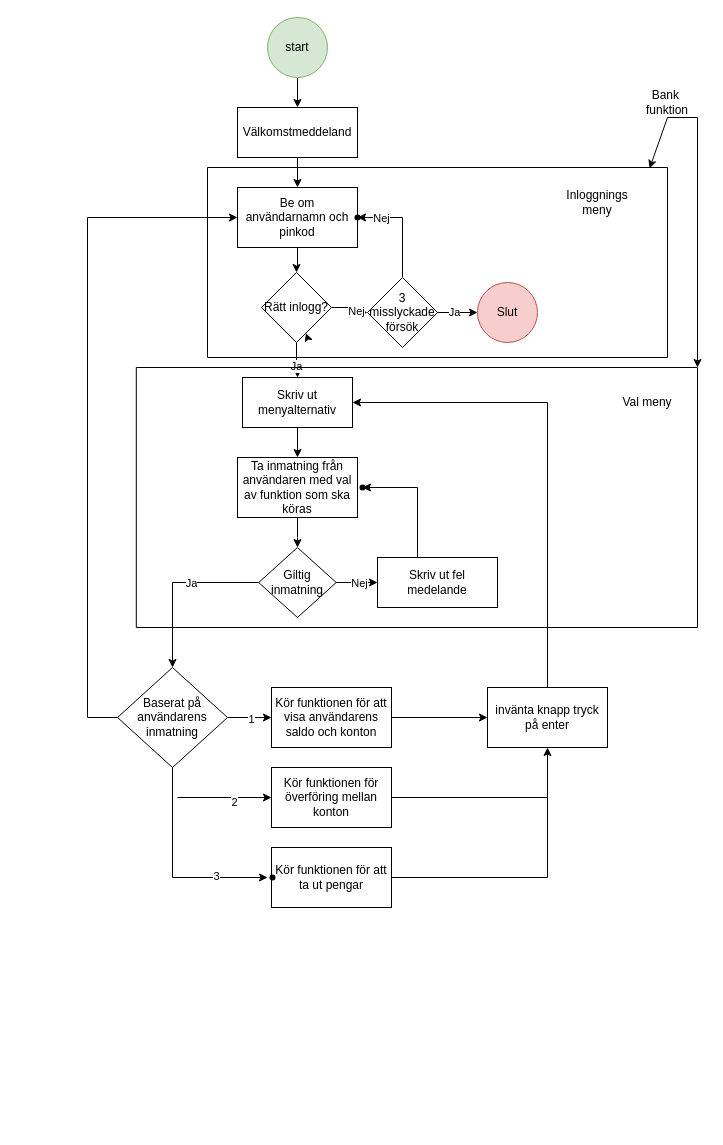
Earlier version of the draw.io diagram Grupparbete1_Baknomaten.drawio (Tronje1/Grupparbete1_bankomaten). Source tidied: cells renumbered, new cells numbered last; positions are measured from the earlier drawing's top-left corner, leaving out a move shared by most shapes. Both pictures are drawn from the tidied source at 100%, with x=0, y=0 at pixel (87, 17).
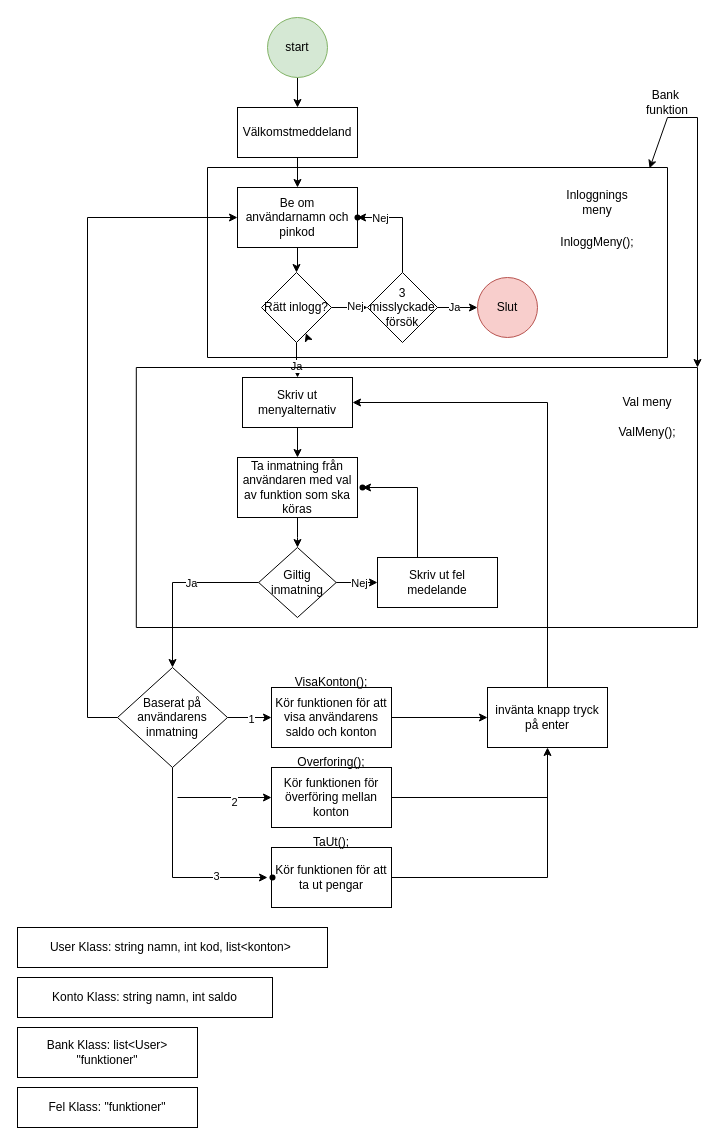
After the change.

The change refers to these unchanged cells:
```xml
<mxCell id="48" style="swimlane;startSize=0;" parent="1" vertex="1">
  <mxGeometry x="120" y="150" width="460" height="190" as="geometry" />
</mxCell>
<mxCell id="50" style="swimlane;startSize=0;" parent="1" vertex="1">
  <mxGeometry x="48.8" y="350" width="561.2" height="260" as="geometry" />
</mxCell>
```

The edit, as a diff of the source:
```diff
@@
-    <mxCell id="12" style="edgeStyle=orthogonalEdgeStyle;rounded=0;jettySize=auto;html=1;" parent="1" edge="1" source="16" target="19">
-      <mxGeometry relative="1" as="geometry" />
-    </mxCell>
-    <mxCell id="13" value="Ja" style="edgeLabel;html=1;align=center;verticalAlign=middle;" parent="12" vertex="1">
-      <mxGeometry x="-0.2" y="1" relative="1" as="geometry" />
-    </mxCell>
@@
-    <mxCell id="16" value="3 misslyckade försök" style="rhombus;whiteSpace=wrap;html=1;shapeInside=1;" parent="1" vertex="1">
-      <mxGeometry x="280" y="260" width="70" height="70" as="geometry" />
-    </mxCell>
@@
-    <mxCell id="19" value="Slut" style="ellipse;whiteSpace=wrap;html=1;shapeInside=1;fillColor=#f8cecc;strokeColor=#b85450;" parent="1" vertex="1">
-      <mxGeometry x="390" y="265" width="60" height="60" as="geometry" />
-    </mxCell>
@@
+    <mxCell id="57" value="InloggMeny();" style="text;html=1;whiteSpace=wrap;strokeColor=none;fillColor=none;align=center;verticalAlign=middle;rounded=0;" parent="48" vertex="1">
+      <mxGeometry x="345" y="60" width="90" height="30" as="geometry" />
+    </mxCell>
+    <mxCell id="16" value="3 misslyckade försök" style="rhombus;whiteSpace=wrap;html=1;shapeInside=1;" parent="48" vertex="1">
+      <mxGeometry x="160" y="105" width="70" height="70" as="geometry" />
+    </mxCell>
+    <mxCell id="19" value="Slut" style="ellipse;whiteSpace=wrap;html=1;shapeInside=1;fillColor=#f8cecc;strokeColor=#b85450;" parent="48" vertex="1">
+      <mxGeometry x="270" y="110" width="60" height="60" as="geometry" />
+    </mxCell>
+    <mxCell id="12" style="edgeStyle=orthogonalEdgeStyle;rounded=0;jettySize=auto;html=1;" parent="48" edge="1" source="16" target="19">
+      <mxGeometry relative="1" as="geometry" />
+    </mxCell>
+    <mxCell id="13" value="Ja" style="edgeLabel;html=1;align=center;verticalAlign=middle;" parent="12" vertex="1">
+      <mxGeometry x="-0.2" y="1" relative="1" as="geometry" />
+    </mxCell>
@@
+    <mxCell id="58" value="ValMeny();" style="text;html=1;whiteSpace=wrap;strokeColor=none;fillColor=none;align=center;verticalAlign=middle;rounded=0;" parent="50" vertex="1">
+      <mxGeometry x="472.5" y="50" width="77.5" height="30" as="geometry" />
+    </mxCell>
@@
+    <mxCell id="59" value="VisaKonton();" style="text;html=1;whiteSpace=wrap;strokeColor=none;fillColor=none;align=center;verticalAlign=middle;rounded=0;" parent="1" vertex="1">
+      <mxGeometry x="199" y="650" width="90" height="30" as="geometry" />
+    </mxCell>
+    <mxCell id="60" value="Overforing();" style="text;html=1;whiteSpace=wrap;strokeColor=none;fillColor=none;align=center;verticalAlign=middle;rounded=0;" parent="1" vertex="1">
+      <mxGeometry x="214" y="730" width="60" height="30" as="geometry" />
+    </mxCell>
+    <mxCell id="61" value="TaUt();" style="text;html=1;whiteSpace=wrap;strokeColor=none;fillColor=none;align=center;verticalAlign=middle;rounded=0;" parent="1" vertex="1">
+      <mxGeometry x="214" y="810" width="60" height="30" as="geometry" />
+    </mxCell>
+    <mxCell id="62" value="User Klass: string namn, int kod, list&amp;lt;konton&amp;gt;&amp;nbsp;" style="rounded=0;whiteSpace=wrap;html=1;" parent="1" vertex="1">
+      <mxGeometry x="-70" y="910" width="310" height="40" as="geometry" />
+    </mxCell>
+    <mxCell id="63" value="Konto Klass: string namn, int saldo" style="rounded=0;whiteSpace=wrap;html=1;" parent="1" vertex="1">
+      <mxGeometry x="-70" y="960" width="255" height="40" as="geometry" />
+    </mxCell>
+    <mxCell id="64" value="Bank Klass: list&amp;lt;User&amp;gt;&lt;br&gt;&quot;funktioner&quot;" style="rounded=0;whiteSpace=wrap;html=1;" parent="1" vertex="1">
+      <mxGeometry x="-70" y="1010" width="180" height="50" as="geometry" />
+    </mxCell>
+    <mxCell id="65" value="Fel Klass: &quot;funktioner&quot;" style="rounded=0;whiteSpace=wrap;html=1;" parent="1" vertex="1">
+      <mxGeometry x="-70" y="1070" width="180" height="40" as="geometry" />
+    </mxCell>
```
